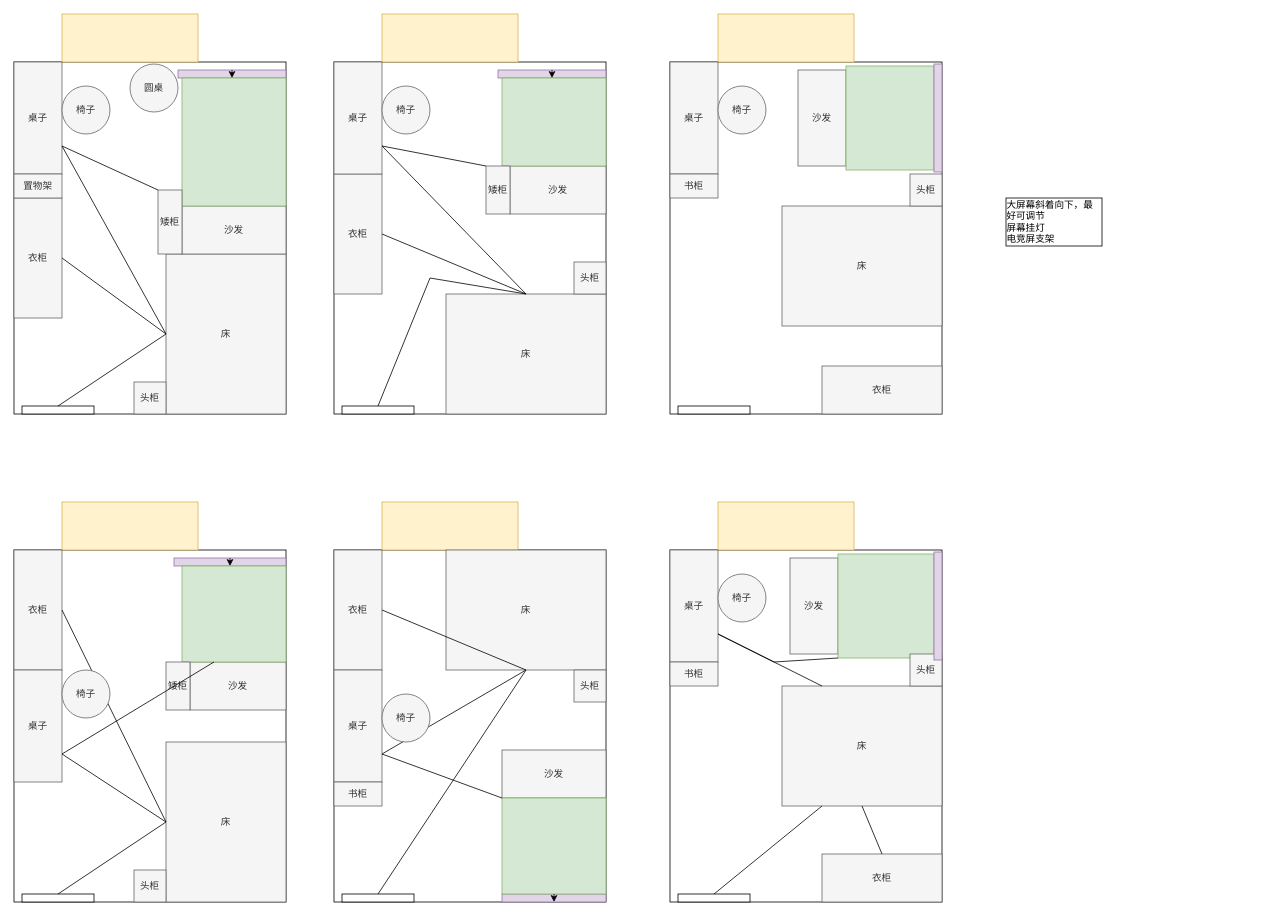
Above: Untitled Diagram.drawio in Rightglow/easy_timer (draw.io), before the change. Source tidied: cells renumbered, new cells numbered last; positions are measured from the earlier drawing's top-left corner, leaving out a move shared by most shapes. Both pictures are drawn from the tidied source at 80%, with x=0, y=0 at pixel (14, 14).
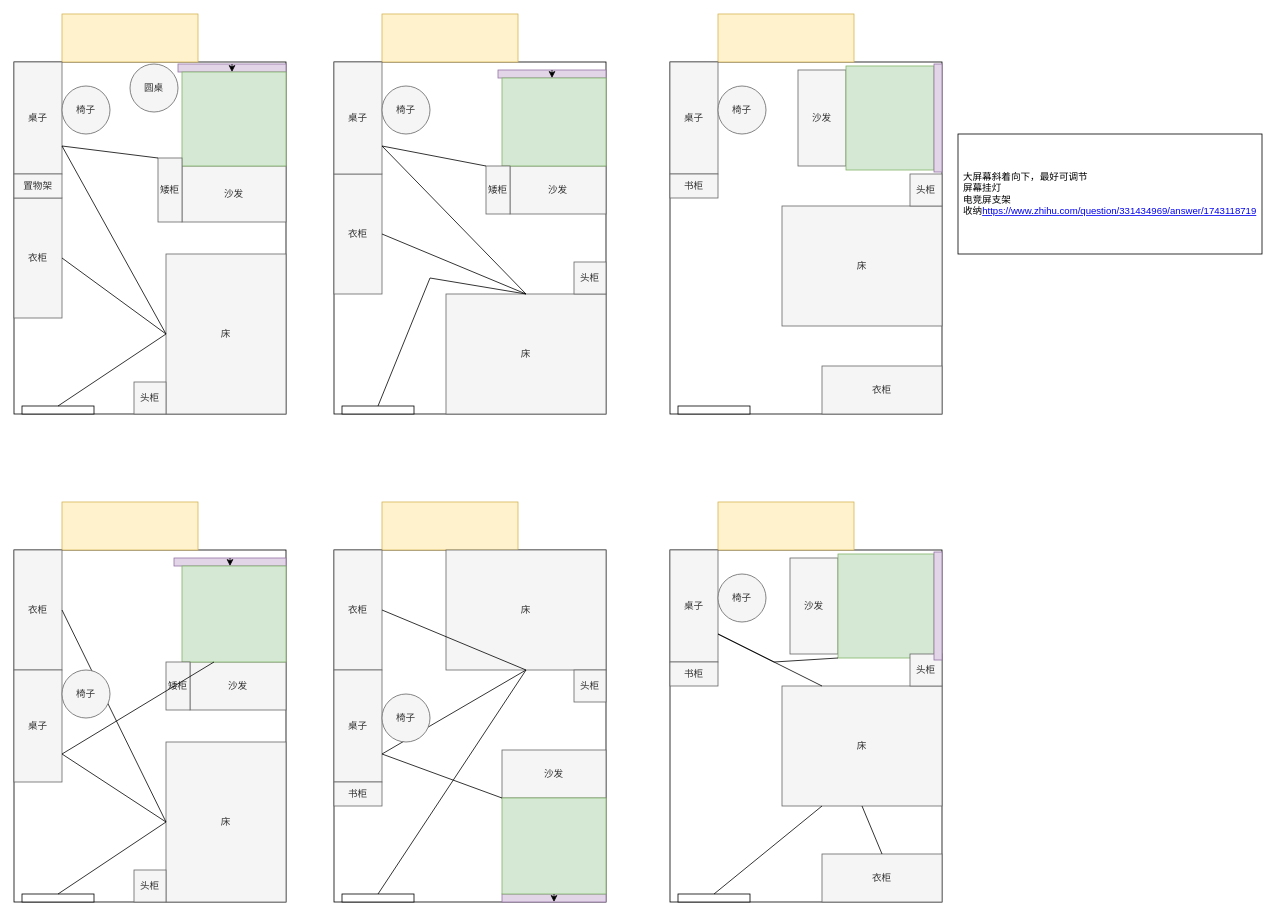
The same diagram, later.

The edit, as a diff of the source:
```diff
@@
     <mxCell id="9" style="rounded=0;whiteSpace=wrap;html=1;fillColor=#e1d5e7;strokeColor=#9673a6;direction=north;" parent="1" vertex="1">
-      <mxGeometry x="205" y="70" width="135" height="10" as="geometry" />
+      <mxGeometry x="205" y="62.5" width="135" height="10" as="geometry" />
     </mxCell>
     <mxCell id="10" value="沙发" style="rounded=0;whiteSpace=wrap;html=1;fillColor=#f5f5f5;fontColor=#333333;strokeColor=#666666;direction=south;" parent="1" vertex="1">
-      <mxGeometry x="210" y="240" width="130" height="60" as="geometry" />
+      <mxGeometry x="210" y="190" width="130" height="70" as="geometry" />
     </mxCell>
     <mxCell id="11" style="rounded=0;whiteSpace=wrap;html=1;fillColor=#d5e8d4;strokeColor=#82b366;" parent="1" vertex="1">
-      <mxGeometry x="210" y="80" width="130" height="160" as="geometry" />
+      <mxGeometry x="210" y="72.5" width="130" height="117.5" as="geometry" />
     </mxCell>
@@
     <mxCell id="17" value="矮柜" style="rounded=0;whiteSpace=wrap;html=1;fillColor=#f5f5f5;fontColor=#333333;strokeColor=#666666;direction=south;" parent="1" vertex="1">
-      <mxGeometry x="180" y="220" width="30" height="80" as="geometry" />
+      <mxGeometry x="180" y="180" width="30" height="80" as="geometry" />
     </mxCell>
@@
-    <mxCell id="100" value="&lt;div style=&quot;text-align: left&quot;&gt;&lt;span&gt;大屏幕斜着向下，最好可调节&lt;/span&gt;&lt;/div&gt;&lt;div style=&quot;text-align: left&quot;&gt;屏幕挂灯&lt;/div&gt;&lt;div style=&quot;text-align: left&quot;&gt;电竞屏支架&lt;/div&gt;" style="rounded=0;whiteSpace=wrap;html=1;" parent="1" vertex="1">
-      <mxGeometry x="1240" y="230" width="120" height="60" as="geometry" />
+    <mxCell id="100" value="&lt;div style=&quot;text-align: left&quot;&gt;&lt;span&gt;大屏幕斜着向下，最好可调节&lt;/span&gt;&lt;/div&gt;&lt;div style=&quot;text-align: left&quot;&gt;屏幕挂灯&lt;/div&gt;&lt;div style=&quot;text-align: left&quot;&gt;电竞屏支架&lt;/div&gt;&lt;div style=&quot;text-align: left&quot;&gt;收纳&lt;a href=&quot;https://www.zhihu.com/question/331434969/answer/1743118719&quot;&gt;https://www.zhihu.com/question/331434969/answer/1743118719&lt;/a&gt;&lt;br&gt;&lt;/div&gt;" style="rounded=0;whiteSpace=wrap;html=1;" parent="1" vertex="1">
+      <mxGeometry x="1180" y="150" width="380" height="150" as="geometry" />
     </mxCell>
```
